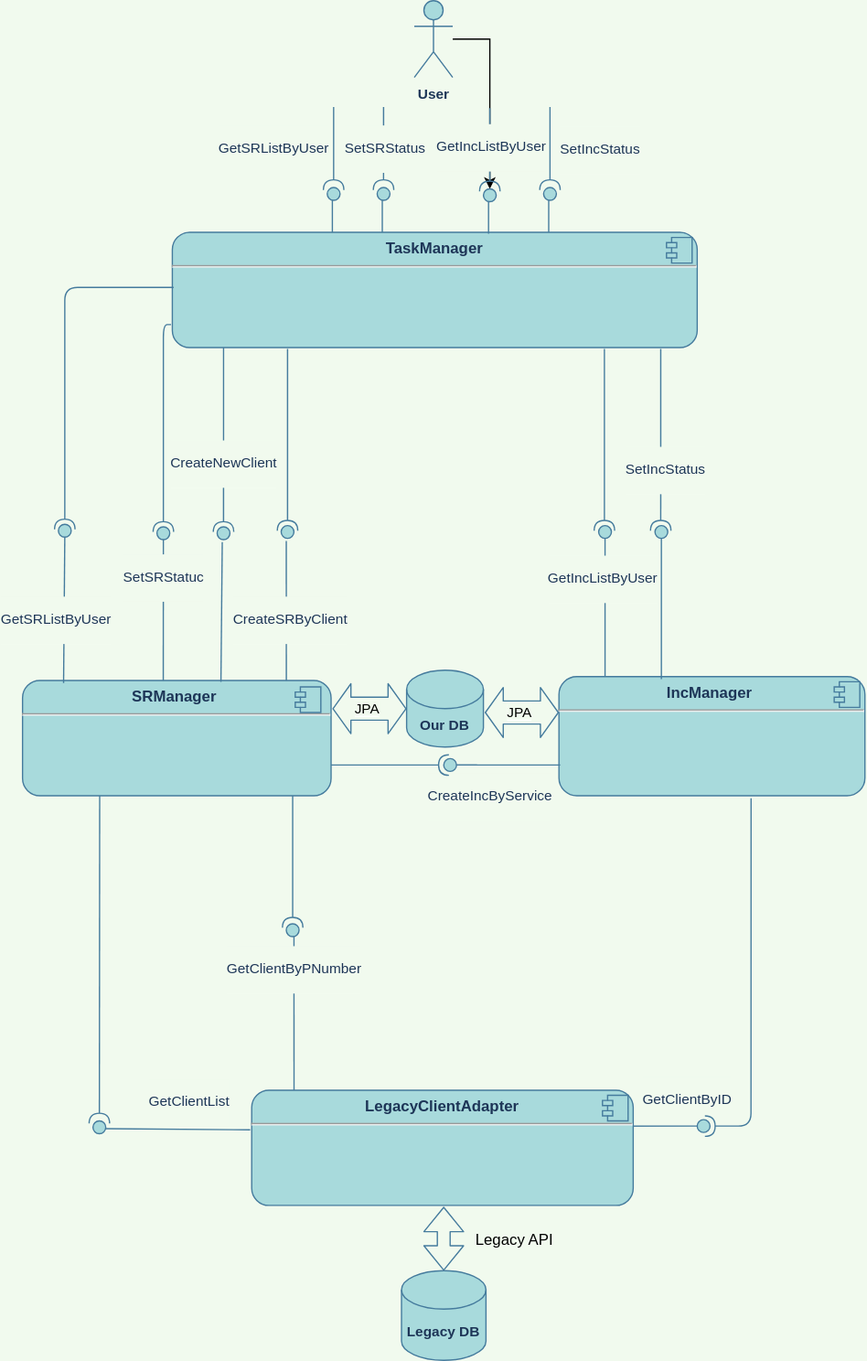
Before: components.svg, a diagram exported from draw.io (theotheo46/gb). Source tidied: cells renumbered, new cells last; positions are measured from the earlier drawing's top-left corner, leaving out a move shared by most shapes.
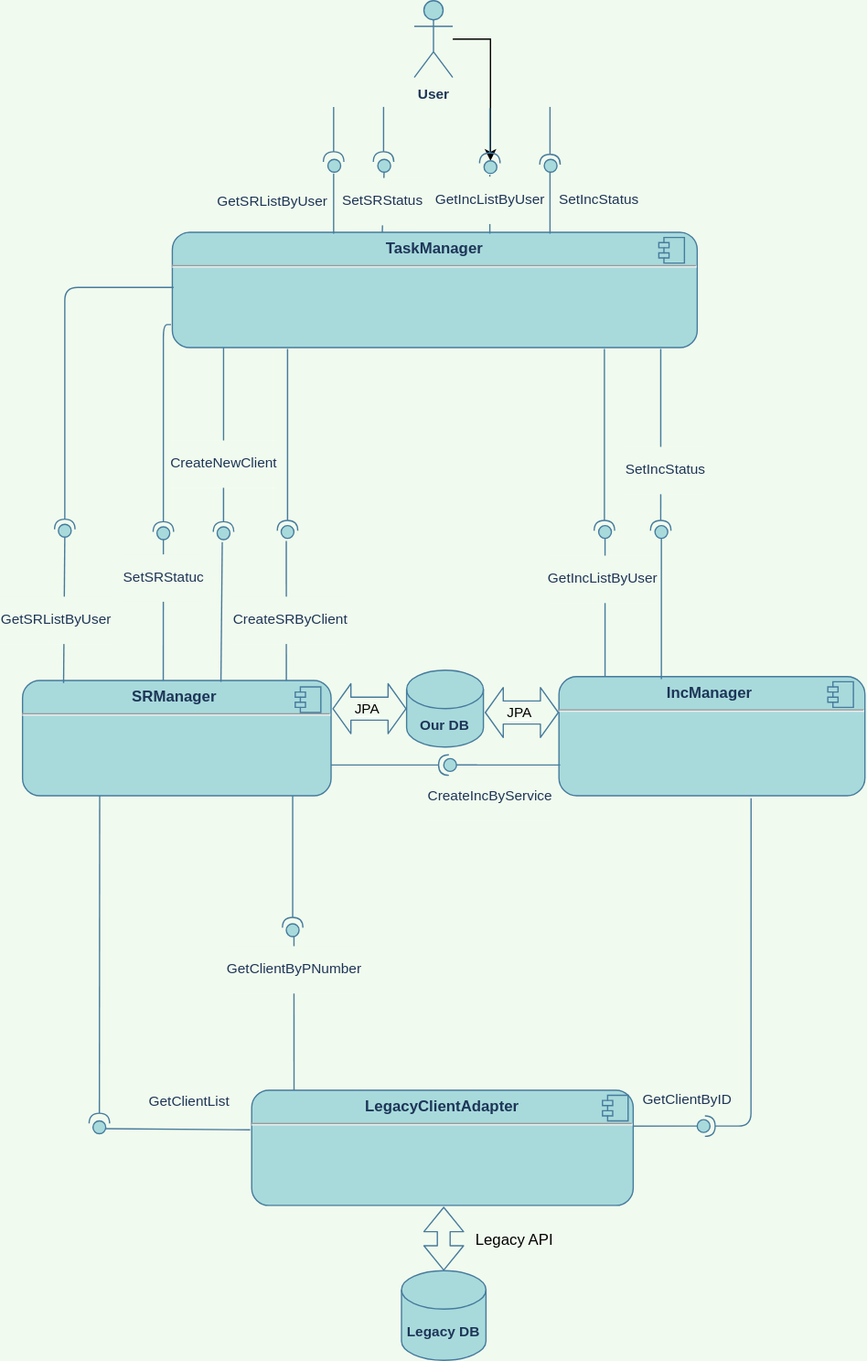
Later version of the same file.

Commit message:
domain model is fixed

Diff of the diagram source:
```diff
@@ -17,7 +17,7 @@
     <mxCell id="4" style="orthogonalLoop=1;jettySize=auto;html=1;endArrow=halfCircle;endFill=0;endSize=6;strokeWidth=1;strokeColor=#457B9D;fontColor=#1D3557;labelBackgroundColor=#F1FAEE;" parent="1" edge="1">
       <mxGeometry relative="1" as="geometry">
         <mxPoint x="243" y="83" as="sourcePoint" />
-        <mxPoint x="243" y="148" as="targetPoint" />
+        <mxPoint x="243" y="126" as="targetPoint" />
       </mxGeometry>
     </mxCell>
     <mxCell id="5" value="&lt;p style=&quot;margin: 0px ; margin-top: 6px ; text-align: center&quot;&gt;&lt;b&gt;SRManager&amp;nbsp;&lt;/b&gt;&lt;/p&gt;&lt;hr&gt;&lt;p style=&quot;margin: 0px ; margin-left: 8px&quot;&gt;&lt;br&gt;&lt;/p&gt;" style="align=left;overflow=fill;html=1;fillColor=#A8DADC;strokeColor=#457B9D;fontColor=#1D3557;rounded=1;" parent="1" vertex="1">
@@ -70,7 +70,7 @@
     </mxCell>
     <mxCell id="17" style="shape=component;jettyWidth=8;jettyHeight=4;fillColor=#A8DADC;strokeColor=#457B9D;fontColor=#1D3557;rounded=1;" parent="16" vertex="1">
       <mxGeometry x="1" width="20" height="20" relative="1" as="geometry">
-        <mxPoint x="-24" y="4" as="offset" />
+        <mxPoint x="-29" y="4" as="offset" />
       </mxGeometry>
     </mxCell>
     <mxCell id="18" style="orthogonalLoop=1;jettySize=auto;html=1;endArrow=none;endFill=0;exitX=0;exitY=0.5;exitDx=0;exitDy=0;startArrow=none;strokeColor=#457B9D;fontColor=#1D3557;labelBackgroundColor=#F1FAEE;" parent="1" edge="1">
@@ -193,7 +193,7 @@
     </mxCell>
     <mxCell id="41" style="shape=component;jettyWidth=8;jettyHeight=4;fillColor=#A8DADC;strokeColor=#457B9D;fontColor=#1D3557;rounded=1;" parent="40" vertex="1">
       <mxGeometry x="1" width="20" height="20" relative="1" as="geometry">
-        <mxPoint x="-24" y="4" as="offset" />
+        <mxPoint x="-30" y="4" as="offset" />
       </mxGeometry>
     </mxCell>
     <mxCell id="42" style="orthogonalLoop=1;jettySize=auto;html=1;endArrow=halfCircle;endFill=0;endSize=6;strokeWidth=1;strokeColor=#457B9D;fontColor=#1D3557;labelBackgroundColor=#F1FAEE;" parent="1" edge="1">
@@ -287,79 +287,78 @@
         </Array>
       </mxGeometry>
     </mxCell>
-    <mxCell id="61" style="orthogonalLoop=1;jettySize=auto;html=1;endArrow=none;endFill=0;sourcePerimeterSpacing=0;targetPerimeterSpacing=0;strokeColor=#457B9D;fontColor=#1D3557;labelBackgroundColor=#F1FAEE;" parent="1" edge="1">
+    <mxCell id="61" style="orthogonalLoop=1;jettySize=auto;html=1;endArrow=none;endFill=0;sourcePerimeterSpacing=0;targetPerimeterSpacing=0;strokeColor=#457B9D;fontColor=#1D3557;labelBackgroundColor=#F1FAEE;entryX=0.35;entryY=1;entryDx=0;entryDy=0;entryPerimeter=0;" parent="1" edge="1">
       <mxGeometry relative="1" as="geometry">
-        <mxPoint x="242" y="181" as="sourcePoint" />
-        <mxPoint x="242" y="156" as="targetPoint" />
+        <mxPoint x="243" y="182" as="sourcePoint" />
+        <mxPoint x="243" y="135" as="targetPoint" />
       </mxGeometry>
     </mxCell>
     <mxCell id="62" value="&lt;pre&gt;&lt;font face=&quot;Helvetica&quot;&gt;GetSRListByUser&lt;/font&gt;&lt;/pre&gt;" style="edgeLabel;html=1;align=center;verticalAlign=middle;fontSize=11;fontFamily=Helvetica;fontColor=#1D3557;rounded=1;labelBackgroundColor=#F1FAEE;shadow=1;" parent="61" vertex="1">
       <mxGeometry x="-0.13" y="-2" relative="1" as="geometry">
-        <mxPoint x="-49" y="-55" as="offset" />
+        <mxPoint x="-51" y="-5" as="offset" />
       </mxGeometry>
     </mxCell>
     <mxCell id="63" style="ellipse;whiteSpace=wrap;html=1;align=center;fillColor=#A8DADC;strokeColor=#457B9D;fontColor=#1D3557;rounded=1;" parent="1" vertex="1">
-      <mxGeometry x="238" y="146" width="10" height="10" as="geometry" />
+      <mxGeometry x="238.5" y="124" width="10" height="10" as="geometry" />
     </mxCell>
     <mxCell id="64" style="orthogonalLoop=1;jettySize=auto;html=1;endArrow=halfCircle;endFill=0;endSize=6;strokeWidth=1;strokeColor=#457B9D;fontColor=#1D3557;labelBackgroundColor=#F1FAEE;" parent="1" edge="1">
       <mxGeometry relative="1" as="geometry">
         <mxPoint x="282" y="83" as="sourcePoint" />
-        <mxPoint x="282" y="148" as="targetPoint" />
+        <mxPoint x="282" y="126" as="targetPoint" />
       </mxGeometry>
     </mxCell>
-    <mxCell id="65" style="orthogonalLoop=1;jettySize=auto;html=1;endArrow=none;endFill=0;sourcePerimeterSpacing=0;targetPerimeterSpacing=0;strokeColor=#457B9D;fontColor=#1D3557;labelBackgroundColor=#F1FAEE;" parent="1" edge="1">
+    <mxCell id="65" style="jettySize=auto;html=1;endArrow=none;endFill=0;sourcePerimeterSpacing=0;targetPerimeterSpacing=0;strokeColor=#457B9D;fontColor=#1D3557;labelBackgroundColor=#F1FAEE;" parent="1" edge="1" target="67">
       <mxGeometry relative="1" as="geometry">
         <mxPoint x="281" y="181" as="sourcePoint" />
-        <mxPoint x="281" y="156" as="targetPoint" />
       </mxGeometry>
     </mxCell>
     <mxCell id="66" value="&lt;pre&gt;&lt;font face=&quot;Helvetica&quot;&gt;SetSRStatus&lt;/font&gt;&lt;/pre&gt;" style="edgeLabel;html=1;align=center;verticalAlign=middle;fontSize=11;fontFamily=Helvetica;fontColor=#1D3557;rounded=1;labelBackgroundColor=#F1FAEE;shadow=1;" parent="65" vertex="1">
       <mxGeometry x="-0.13" y="-2" relative="1" as="geometry">
-        <mxPoint x="-1" y="-55" as="offset" />
+        <mxPoint x="-3" y="-5" as="offset" />
       </mxGeometry>
     </mxCell>
     <mxCell id="67" style="ellipse;whiteSpace=wrap;html=1;align=center;points=[];outlineConnect=0;fillColor=#A8DADC;strokeColor=#457B9D;fontColor=#1D3557;rounded=1;" parent="1" vertex="1">
-      <mxGeometry x="277" y="146" width="10" height="10" as="geometry" />
+      <mxGeometry x="277.5" y="124" width="10" height="10" as="geometry" />
     </mxCell>
     <mxCell id="68" style="orthogonalLoop=1;jettySize=auto;html=1;endArrow=halfCircle;endFill=0;endSize=6;strokeWidth=1;strokeColor=#457B9D;fontColor=#1D3557;labelBackgroundColor=#F1FAEE;" parent="1" edge="1">
       <mxGeometry relative="1" as="geometry">
         <mxPoint x="365" y="84" as="sourcePoint" />
-        <mxPoint x="365" y="149" as="targetPoint" />
+        <mxPoint x="365" y="127" as="targetPoint" />
       </mxGeometry>
     </mxCell>
     <mxCell id="69" style="orthogonalLoop=1;jettySize=auto;html=1;endArrow=none;endFill=0;sourcePerimeterSpacing=0;targetPerimeterSpacing=0;strokeColor=#457B9D;fontColor=#1D3557;labelBackgroundColor=#F1FAEE;" parent="1" edge="1">
       <mxGeometry relative="1" as="geometry">
-        <mxPoint x="364" y="182" as="sourcePoint" />
-        <mxPoint x="364" y="157" as="targetPoint" />
+        <mxPoint x="365" y="182" as="sourcePoint" />
+        <mxPoint x="365" y="136" as="targetPoint" />
       </mxGeometry>
     </mxCell>
     <mxCell id="70" value="&lt;pre&gt;&lt;font face=&quot;Helvetica&quot;&gt;GetIncListByUser&lt;/font&gt;&lt;/pre&gt;" style="edgeLabel;html=1;align=center;verticalAlign=middle;fontSize=11;fontFamily=Helvetica;fontColor=#1D3557;rounded=1;labelBackgroundColor=#F1FAEE;shadow=1;" parent="69" vertex="1">
       <mxGeometry x="-0.13" y="-2" relative="1" as="geometry">
-        <mxPoint x="-1" y="-57" as="offset" />
+        <mxPoint x="-3" y="-7" as="offset" />
       </mxGeometry>
     </mxCell>
     <mxCell id="71" style="ellipse;whiteSpace=wrap;html=1;align=center;points=[];outlineConnect=0;fillColor=#A8DADC;strokeColor=#457B9D;fontColor=#1D3557;rounded=1;" parent="1" vertex="1">
-      <mxGeometry x="360" y="147" width="10" height="10" as="geometry" />
+      <mxGeometry x="360.5" y="125" width="10" height="10" as="geometry" />
     </mxCell>
     <mxCell id="72" style="orthogonalLoop=1;jettySize=auto;html=1;endArrow=halfCircle;endFill=0;endSize=6;strokeWidth=1;strokeColor=#457B9D;fontColor=#1D3557;labelBackgroundColor=#F1FAEE;" parent="1" edge="1">
       <mxGeometry relative="1" as="geometry">
         <mxPoint x="412" y="83" as="sourcePoint" />
-        <mxPoint x="412" y="148" as="targetPoint" />
+        <mxPoint x="412" y="128" as="targetPoint" />
       </mxGeometry>
     </mxCell>
     <mxCell id="73" style="orthogonalLoop=1;jettySize=auto;html=1;endArrow=none;endFill=0;sourcePerimeterSpacing=0;targetPerimeterSpacing=0;strokeColor=#457B9D;fontColor=#1D3557;labelBackgroundColor=#F1FAEE;" parent="1" edge="1">
       <mxGeometry relative="1" as="geometry">
-        <mxPoint x="411" y="181" as="sourcePoint" />
-        <mxPoint x="411" y="156" as="targetPoint" />
+        <mxPoint x="412" y="182" as="sourcePoint" />
+        <mxPoint x="412" y="129" as="targetPoint" />
       </mxGeometry>
     </mxCell>
     <mxCell id="74" value="&lt;pre&gt;&lt;font face=&quot;Helvetica&quot;&gt;SetIncStatus&lt;/font&gt;&lt;/pre&gt;" style="edgeLabel;html=1;align=center;verticalAlign=middle;fontSize=11;fontFamily=Helvetica;fontColor=#1D3557;rounded=1;labelBackgroundColor=#F1FAEE;shadow=1;" parent="73" vertex="1">
       <mxGeometry x="-0.13" y="-2" relative="1" as="geometry">
-        <mxPoint x="37" y="-54" as="offset" />
+        <mxPoint x="35" y="-4" as="offset" />
       </mxGeometry>
     </mxCell>
     <mxCell id="75" style="ellipse;whiteSpace=wrap;html=1;align=center;fillColor=#A8DADC;strokeColor=#457B9D;fontColor=#1D3557;rounded=1;" parent="1" vertex="1">
-      <mxGeometry x="407" y="146" width="10" height="10" as="geometry" />
+      <mxGeometry x="407.5" y="124" width="10" height="10" as="geometry" />
     </mxCell>
     <mxCell id="76" style="shape=flexArrow;endArrow=classic;startArrow=classic;html=1;fontFamily=Helvetica;fontSize=11;exitX=0;exitY=0.5;exitDx=0;exitDy=0;exitPerimeter=0;width=18;startSize=4.33;endSize=4.33;strokeColor=#457B9D;fontColor=#1D3557;labelBackgroundColor=#F1FAEE;" parent="1" edge="1">
       <mxGeometry relative="1" as="geometry">
```
